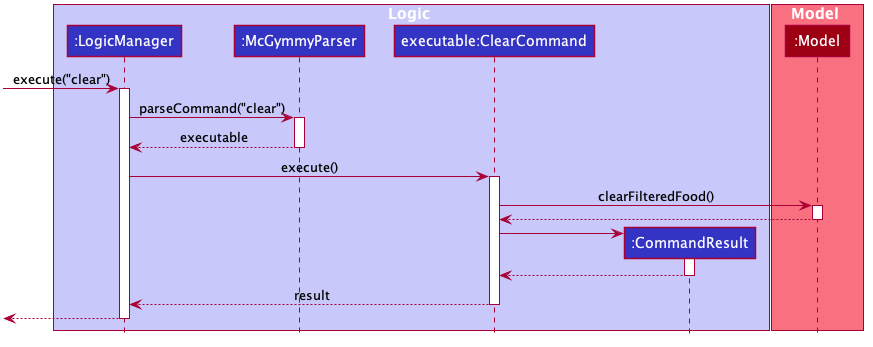
Earlier version of the PlantUML export docs/images/ClearSequenceDiagram.png (nus-cs2103-AY2021S1/tp).
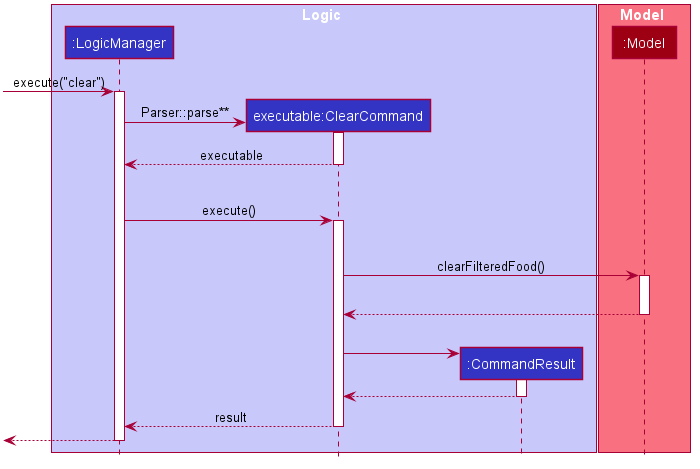
The same file after the commit.

Diff of the diagram source:
```diff
@@ -50,7 +50,6 @@
 
 box Logic #C8C8FA
 participant ":LogicManager" as LogicManager #3333C4
-participant ":McGymmyParser" as McGymmyParser #3333C4
 participant "executable:ClearCommand" as ClearCommand #3333C4
 participant ":CommandResult" as CommandResult #3333C4
 end box
@@ -62,20 +61,31 @@
 [-> LogicManager : execute("clear")
 activate LogicManager
 
-LogicManager -> McGymmyParser : parseCommand("clear")
-activate McGymmyParser
 
-McGymmyParser --> LogicManager : executable
-deactivate McGymmyParser
+create ClearCommand
+LogicManager -> ClearCommand : Parser::parse**
+activate ClearCommand
+
+ClearCommand --> LogicManager : executable
+deactivate ClearCommand
+
+|||
 
 LogicManager -> ClearCommand : execute()
 activate ClearCommand
 
+|||
+
+
 ClearCommand -> Model : clearFilteredFood()
 activate Model
 
+|||
+
 Model --> ClearCommand
 deactivate Model
+
+|||
 
 create CommandResult
 ClearCommand -> CommandResult
```
